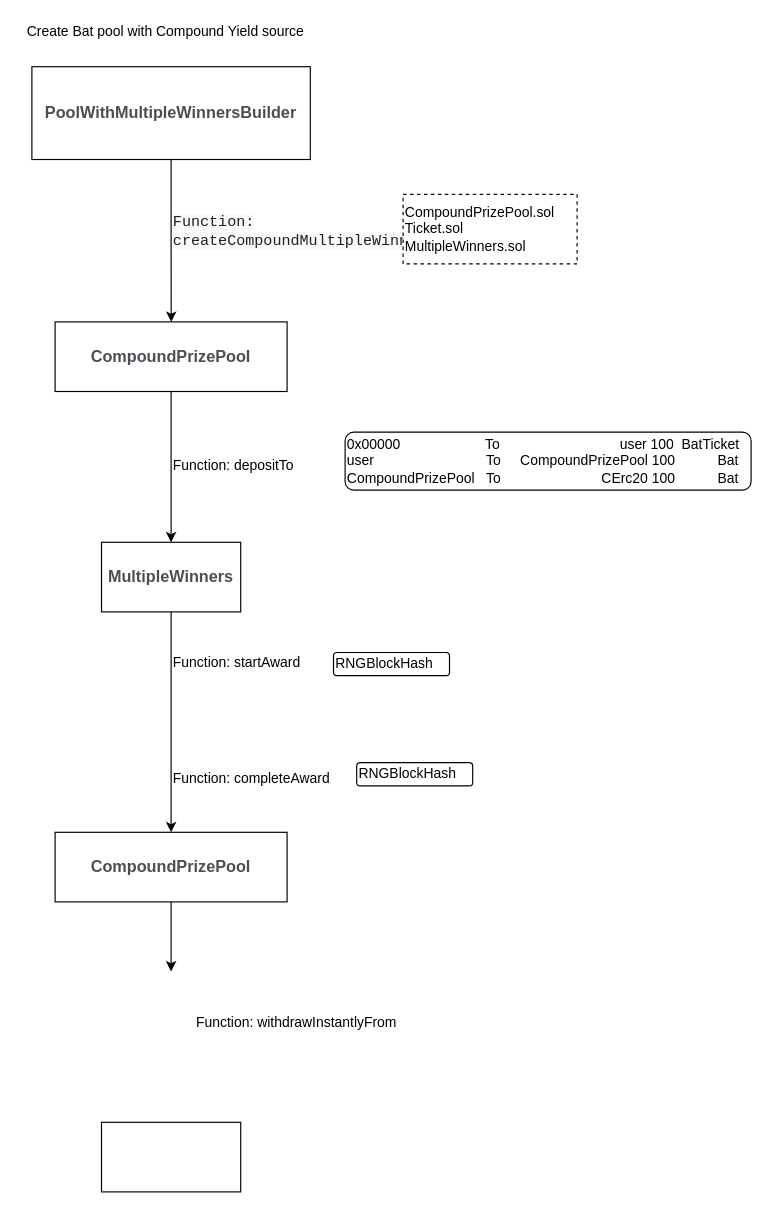
The draw.io diagram Untitled Diagram.drawio in audiiz007/chain-main, before the edit. Source tidied: cells renumbered, new cells numbered last; positions are measured from the earlier drawing's top-left corner, leaving out a move shared by most shapes. Both pictures are drawn from the tidied source at 116%, with x=0, y=0 at pixel (20, 20).
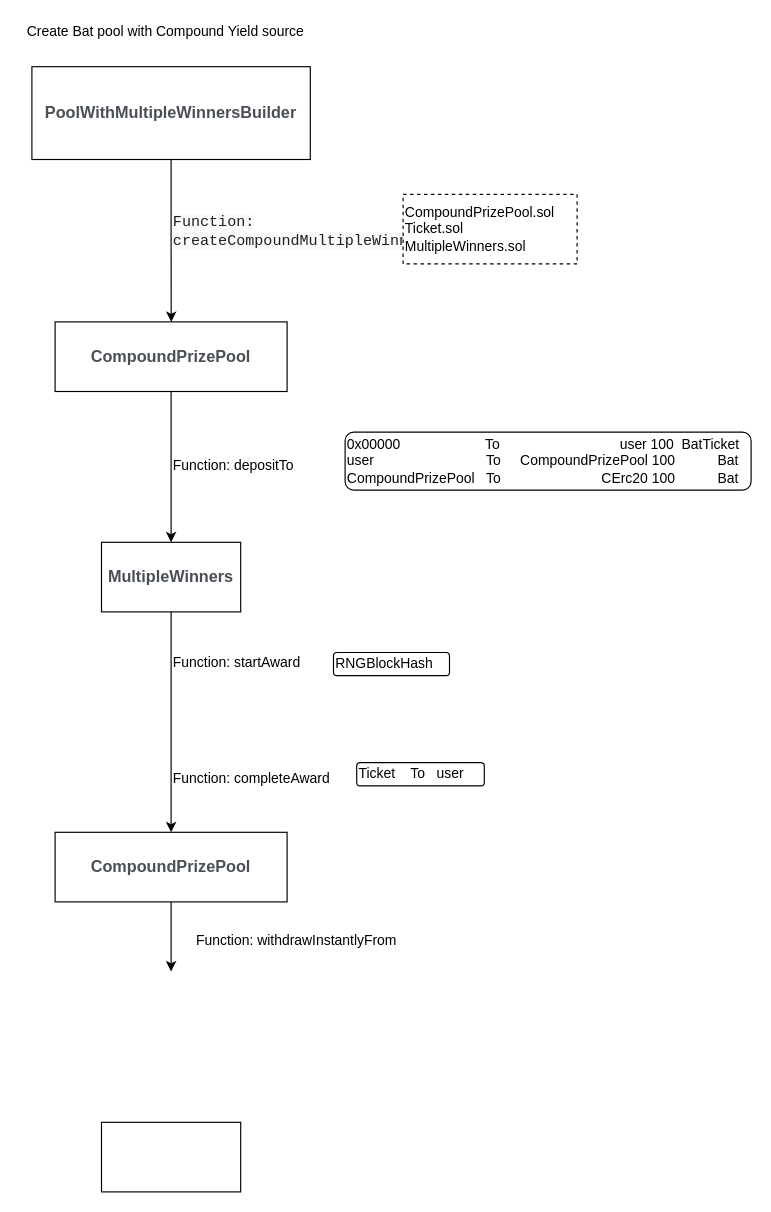
The same diagram, later.

Change to the diagram source:
```diff
@@
     <mxCell id="15" value="Function: withdrawInstantlyFrom" style="text;whiteSpace=wrap;html=1;" parent="1" vertex="1">
-      <mxGeometry x="150" y="850" width="200" height="30" as="geometry" />
+      <mxGeometry x="150" y="780" width="200" height="30" as="geometry" />
     </mxCell>
@@
-    <mxCell id="20" value="RNGBlockHash" style="text;html=1;align=left;verticalAlign=middle;strokeColor=#000000;rounded=1;" parent="1" vertex="1">
-      <mxGeometry x="290" y="640" width="100" height="20" as="geometry" />
+    <mxCell id="20" value="Ticket&amp;nbsp; &amp;nbsp; To&amp;nbsp; &amp;nbsp;user" style="text;html=1;align=left;verticalAlign=middle;strokeColor=#000000;rounded=1;" parent="1" vertex="1">
+      <mxGeometry x="290" y="640" width="110" height="20" as="geometry" />
     </mxCell>
```
